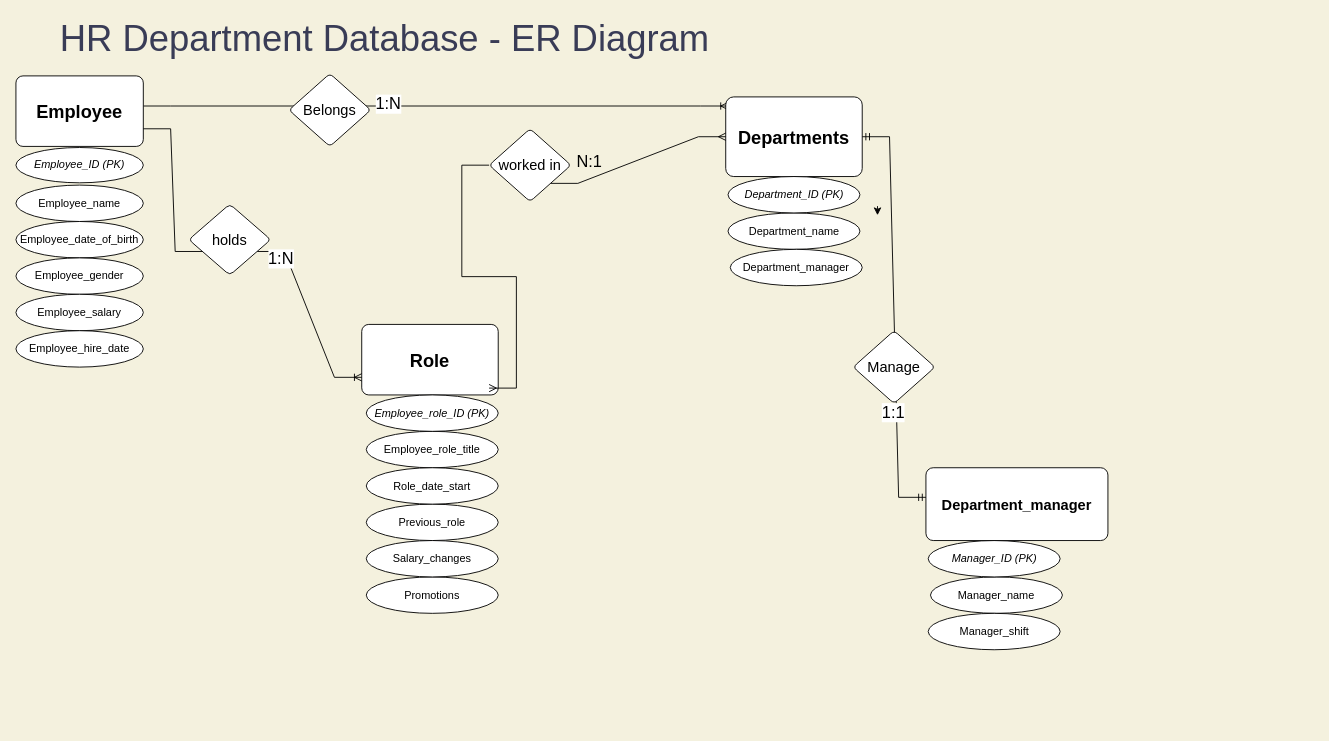
Before: RH Database Diagram.drawio in PriFlores/HR-Database, a draw.io diagram. Source tidied: cells renumbered, new cells numbered last; positions are measured from the earlier drawing's top-left corner, leaving out a move shared by most shapes. Both pictures are drawn from the tidied source at 91%, with x=0, y=0 at pixel (15, 24).
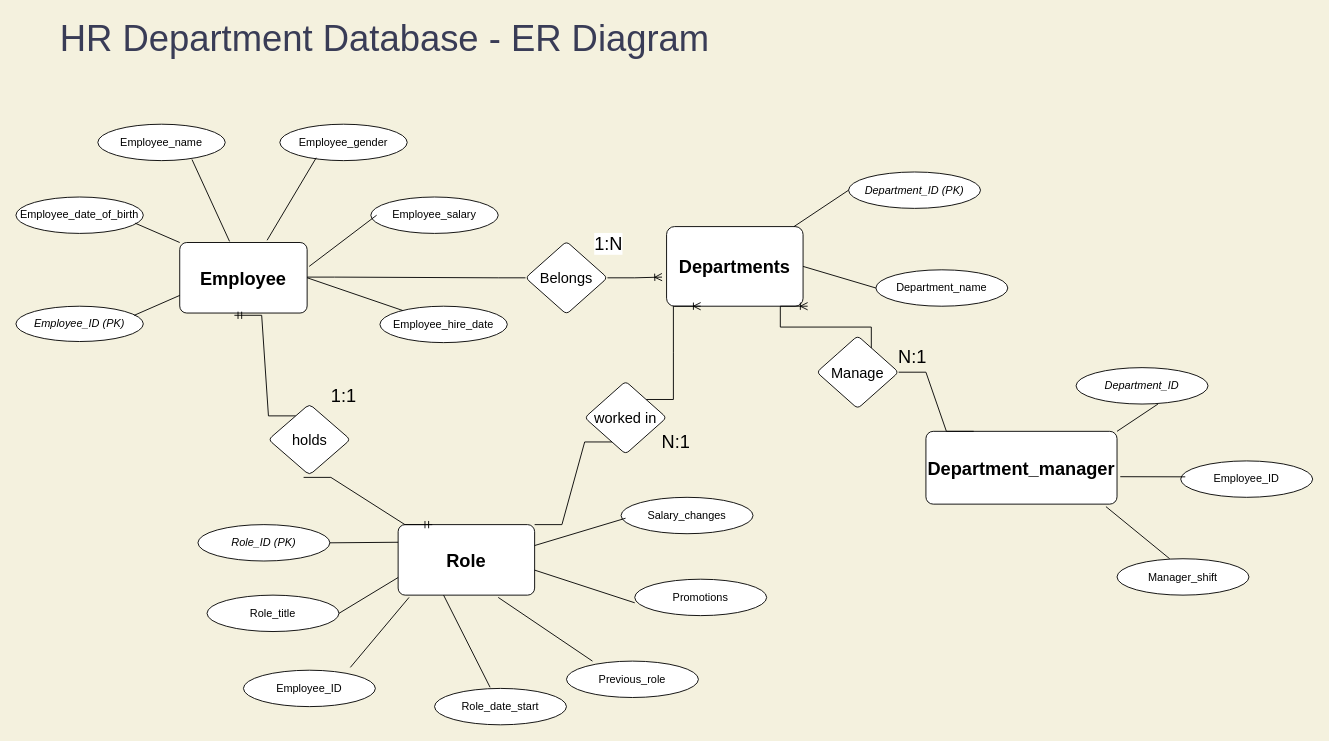
Above is the later version.

Change to the diagram source:
```diff
@@
-    <mxCell id="3" style="edgeStyle=entityRelationEdgeStyle;fontSize=12;html=1;endArrow=ERoneToMany;rounded=0;fontColor=none;exitX=1;exitY=0.427;exitDx=0;exitDy=0;exitPerimeter=0;" parent="1" edge="1" source="6">
-      <mxGeometry relative="1" as="geometry">
-        <mxPoint x="782.5" y="90" as="targetPoint" />
-      </mxGeometry>
-    </mxCell>
-    <mxCell id="4" value="1:N" style="edgeLabel;html=1;align=center;verticalAlign=middle;fontSize=18;fontColor=none;" parent="3" vertex="1">
-      <mxGeometry x="-0.07" y="2" relative="1" as="geometry">
-        <mxPoint x="-31" as="offset" />
-      </mxGeometry>
-    </mxCell>
     <mxCell id="5" style="edgeStyle=orthogonalEdgeStyle;rounded=0;orthogonalLoop=1;jettySize=auto;html=1;exitX=0.5;exitY=1;exitDx=0;exitDy=0;" parent="1" edge="1">
       <mxGeometry relative="1" as="geometry">
-        <mxPoint x="889" y="115" as="sourcePoint" />
-        <mxPoint x="889" y="115" as="targetPoint" />
+        <mxPoint x="824" y="257.5" as="sourcePoint" />
+        <mxPoint x="824" y="257.5" as="targetPoint" />
       </mxGeometry>
     </mxCell>
     <mxCell id="6" value="&lt;b&gt;&lt;font style=&quot;font-size: 20px&quot;&gt;Employee&lt;/font&gt;&lt;/b&gt;" style="rounded=1;arcSize=10;whiteSpace=wrap;html=1;align=center;" parent="1" vertex="1">
-      <mxGeometry y="56.9" width="140" height="77.5" as="geometry" />
+      <mxGeometry x="180" y="240" width="140" height="77.5" as="geometry" />
     </mxCell>
     <mxCell id="7" value="&lt;i&gt;Employee_ID (PK)&lt;/i&gt;" style="ellipse;whiteSpace=wrap;html=1;align=center;" parent="1" vertex="1">
-      <mxGeometry y="135.6" width="140" height="38.8" as="geometry" />
+      <mxGeometry y="310" width="140" height="38.8" as="geometry" />
     </mxCell>
-    <mxCell id="8" value="Employee_date_of_birth" style="ellipse;whiteSpace=wrap;html=1;align=center;" parent="1" vertex="1">
-      <mxGeometry y="216.9" width="140" height="40" as="geometry" />
+    <mxCell id="8" value="Employee_name" style="ellipse;whiteSpace=wrap;html=1;align=center;" parent="1" vertex="1">
+      <mxGeometry x="90" y="110" width="140" height="40" as="geometry" />
     </mxCell>
-    <mxCell id="9" value="Employee_name" style="ellipse;whiteSpace=wrap;html=1;align=center;" parent="1" vertex="1">
-      <mxGeometry y="176.9" width="140" height="40" as="geometry" />
+    <mxCell id="9" value="Employee_gender" style="ellipse;whiteSpace=wrap;html=1;align=center;" parent="1" vertex="1">
+      <mxGeometry x="290" y="110" width="140" height="40" as="geometry" />
     </mxCell>
-    <mxCell id="10" value="Employee_gender" style="ellipse;whiteSpace=wrap;html=1;align=center;" parent="1" vertex="1">
-      <mxGeometry y="256.9" width="140" height="40" as="geometry" />
+    <mxCell id="10" value="Employee_hire_date" style="ellipse;whiteSpace=wrap;html=1;align=center;" parent="1" vertex="1">
+      <mxGeometry x="400" y="310" width="140" height="40" as="geometry" />
     </mxCell>
-    <mxCell id="11" value="Employee_salary" style="ellipse;whiteSpace=wrap;html=1;align=center;" parent="1" vertex="1">
-      <mxGeometry y="296.9" width="140" height="40" as="geometry" />
+    <mxCell id="11" value="Employee_date_of_birth" style="ellipse;whiteSpace=wrap;html=1;align=center;" parent="1" vertex="1">
+      <mxGeometry y="190" width="140" height="40" as="geometry" />
     </mxCell>
-    <mxCell id="12" value="Employee_hire_date" style="ellipse;whiteSpace=wrap;html=1;align=center;" parent="1" vertex="1">
-      <mxGeometry y="336.9" width="140" height="40" as="geometry" />
+    <mxCell id="12" value="Employee_salary" style="ellipse;whiteSpace=wrap;html=1;align=center;" parent="1" vertex="1">
+      <mxGeometry x="390" y="190" width="140" height="40" as="geometry" />
     </mxCell>
-    <mxCell id="13" value="Employee_role_title" style="ellipse;whiteSpace=wrap;html=1;align=center;" parent="1" vertex="1">
-      <mxGeometry x="385" y="447.5" width="145" height="40" as="geometry" />
+    <mxCell id="13" value="Role_title" style="ellipse;whiteSpace=wrap;html=1;align=center;" parent="1" vertex="1">
+      <mxGeometry x="210" y="627.5" width="145" height="40" as="geometry" />
     </mxCell>
     <mxCell id="14" value="&lt;b&gt;&lt;font style=&quot;font-size: 20px&quot;&gt;Role&lt;/font&gt;&lt;/b&gt;" style="rounded=1;arcSize=10;whiteSpace=wrap;html=1;align=center;" parent="1" vertex="1">
-      <mxGeometry x="380" y="330" width="150" height="77.5" as="geometry" />
+      <mxGeometry x="420" y="550" width="150" height="77.5" as="geometry" />
     </mxCell>
-    <mxCell id="15" value="Manager_name" style="ellipse;whiteSpace=wrap;html=1;align=center;" parent="1" vertex="1">
-      <mxGeometry x="1005" y="607.5" width="145" height="40" as="geometry" />
+    <mxCell id="15" value="Employee_ID" style="ellipse;whiteSpace=wrap;html=1;align=center;" parent="1" vertex="1">
+      <mxGeometry x="1280" y="480" width="145" height="40" as="geometry" />
     </mxCell>
-    <mxCell id="16" value="&lt;i&gt;Employee_role_ID (PK)&lt;/i&gt;" style="ellipse;whiteSpace=wrap;html=1;align=center;" parent="1" vertex="1">
-      <mxGeometry x="385" y="407.5" width="145" height="40" as="geometry" />
+    <mxCell id="16" value="&lt;i&gt;Role_ID (PK)&lt;/i&gt;" style="ellipse;whiteSpace=wrap;html=1;align=center;" parent="1" vertex="1">
+      <mxGeometry x="200" y="550" width="145" height="40" as="geometry" />
     </mxCell>
-    <mxCell id="17" value="&lt;i&gt;Manager_ID (PK)&lt;/i&gt;" style="ellipse;whiteSpace=wrap;html=1;align=center;" parent="1" vertex="1">
-      <mxGeometry x="1002.5" y="567.5" width="145" height="40" as="geometry" />
+    <mxCell id="17" value="&lt;i&gt;Department_ID&lt;/i&gt;" style="ellipse;whiteSpace=wrap;html=1;align=center;" parent="1" vertex="1">
+      <mxGeometry x="1165" y="377.5" width="145" height="40" as="geometry" />
     </mxCell>
     <mxCell id="18" value="Promotions" style="ellipse;whiteSpace=wrap;html=1;align=center;" parent="1" vertex="1">
-      <mxGeometry x="385" y="607.5" width="145" height="40" as="geometry" />
+      <mxGeometry x="680" y="610" width="145" height="40" as="geometry" />
     </mxCell>
     <mxCell id="19" value="Salary_changes" style="ellipse;whiteSpace=wrap;html=1;align=center;" parent="1" vertex="1">
-      <mxGeometry x="385" y="567.5" width="145" height="40" as="geometry" />
+      <mxGeometry x="665" y="520" width="145" height="40" as="geometry" />
     </mxCell>
     <mxCell id="20" value="Previous_role" style="ellipse;whiteSpace=wrap;html=1;align=center;" parent="1" vertex="1">
-      <mxGeometry x="385" y="527.5" width="145" height="40" as="geometry" />
+      <mxGeometry x="605" y="700" width="145" height="40" as="geometry" />
     </mxCell>
     <mxCell id="21" value="Role_date_start" style="ellipse;whiteSpace=wrap;html=1;align=center;" parent="1" vertex="1">
-      <mxGeometry x="385" y="487.5" width="145" height="40" as="geometry" />
+      <mxGeometry x="460" y="730" width="145" height="40" as="geometry" />
     </mxCell>
-    <mxCell id="22" value="&lt;b&gt;&lt;font style=&quot;font-size: 16px&quot;&gt;Department_manager&lt;/font&gt;&lt;/b&gt;" style="rounded=1;arcSize=10;whiteSpace=wrap;html=1;align=center;" parent="1" vertex="1">
-      <mxGeometry x="1000" y="487.5" width="200" height="80" as="geometry" />
+    <mxCell id="22" value="&lt;b&gt;&lt;font style=&quot;font-size: 20px&quot;&gt;Department_manager&lt;/font&gt;&lt;/b&gt;" style="rounded=1;arcSize=10;whiteSpace=wrap;html=1;align=center;" parent="1" vertex="1">
+      <mxGeometry x="1000" y="447.5" width="210" height="80" as="geometry" />
     </mxCell>
     <mxCell id="23" value="Manager_shift" style="ellipse;whiteSpace=wrap;html=1;align=center;" parent="1" vertex="1">
-      <mxGeometry x="1002.5" y="647.5" width="145" height="40" as="geometry" />
+      <mxGeometry x="1210" y="587.5" width="145" height="40" as="geometry" />
     </mxCell>
     <mxCell id="24" value="&lt;b&gt;&lt;font style=&quot;font-size: 20px&quot;&gt;Departments&lt;/font&gt;&lt;/b&gt;" style="rounded=1;arcSize=10;whiteSpace=wrap;html=1;align=center;" parent="1" vertex="1">
-      <mxGeometry x="780" y="80" width="150" height="87.5" as="geometry" />
+      <mxGeometry x="715" y="222.5" width="150" height="87.5" as="geometry" />
     </mxCell>
     <mxCell id="25" value="Department_name" style="ellipse;whiteSpace=wrap;html=1;align=center;" parent="1" vertex="1">
-      <mxGeometry x="782.5" y="207.5" width="145" height="40" as="geometry" />
+      <mxGeometry x="945" y="270" width="145" height="40" as="geometry" />
     </mxCell>
     <mxCell id="26" value="&lt;i&gt;Department_ID (PK)&lt;/i&gt;" style="ellipse;whiteSpace=wrap;html=1;align=center;" parent="1" vertex="1">
-      <mxGeometry x="782.5" y="167.5" width="145" height="40" as="geometry" />
+      <mxGeometry x="915" y="162.5" width="145" height="40" as="geometry" />
     </mxCell>
-    <mxCell id="27" value="Department_manager" style="ellipse;whiteSpace=wrap;html=1;align=center;" parent="1" vertex="1">
-      <mxGeometry x="785" y="247.5" width="145" height="40" as="geometry" />
-    </mxCell>
-    <mxCell id="28" style="edgeStyle=orthogonalEdgeStyle;rounded=0;orthogonalLoop=1;jettySize=auto;html=1;exitX=0;exitY=0.5;exitDx=0;exitDy=0;entryX=0;entryY=0.75;entryDx=0;entryDy=0;" parent="1" edge="1">
-      <mxGeometry relative="1" as="geometry">
-        <mxPoint x="946.8" y="200" as="sourcePoint" />
-        <mxPoint x="946.8" y="210" as="targetPoint" />
-      </mxGeometry>
-    </mxCell>
-    <mxCell id="29" style="edgeStyle=entityRelationEdgeStyle;fontSize=12;html=1;endArrow=ERoneToMany;rounded=0;fontColor=none;entryX=0;entryY=0.75;entryDx=0;entryDy=0;exitX=1;exitY=0.75;exitDx=0;exitDy=0;startArrow=none;" parent="1" edge="1" source="35" target="14">
-      <mxGeometry relative="1" as="geometry" />
-    </mxCell>
-    <mxCell id="30" value="1:N" style="edgeLabel;html=1;align=center;verticalAlign=middle;fontSize=18;fontColor=none;" parent="29" vertex="1">
-      <mxGeometry x="-0.31" y="1" relative="1" as="geometry">
-        <mxPoint x="-21" y="-31" as="offset" />
-      </mxGeometry>
-    </mxCell>
+    <mxCell id="41" style="endArrow=none;html=1;rounded=0;exitX=0.686;exitY=-0.032;exitDx=0;exitDy=0;exitPerimeter=0;" parent="1" edge="1" source="6">
+      <mxGeometry relative="1" as="geometry">
+        <mxPoint x="330" y="146.9" as="targetPoint" />
+      </mxGeometry>
+    </mxCell>
+    <mxCell id="42" style="endArrow=none;html=1;rounded=0;exitX=1.016;exitY=0.339;exitDx=0;exitDy=0;exitPerimeter=0;" parent="1" edge="1" source="6">
+      <mxGeometry relative="1" as="geometry">
+        <mxPoint x="396.4" y="210" as="targetPoint" />
+      </mxGeometry>
+    </mxCell>
+    <mxCell id="43" style="endArrow=none;html=1;rounded=0;exitX=0.391;exitY=-0.016;exitDx=0;exitDy=0;exitPerimeter=0;entryX=0.739;entryY=0.969;entryDx=0;entryDy=0;entryPerimeter=0;" parent="1" edge="1" source="6" target="8">
+      <mxGeometry relative="1" as="geometry" />
+    </mxCell>
+    <mxCell id="44" style="endArrow=none;html=1;rounded=0;entryX=0;entryY=0.75;entryDx=0;entryDy=0;" parent="1" edge="1" target="6">
+      <mxGeometry relative="1" as="geometry">
+        <mxPoint x="130" y="320" as="sourcePoint" />
+      </mxGeometry>
+    </mxCell>
+    <mxCell id="45" style="endArrow=none;html=1;rounded=0;exitX=1;exitY=0.5;exitDx=0;exitDy=0;" parent="1" edge="1" source="6" target="10">
+      <mxGeometry relative="1" as="geometry" />
+    </mxCell>
+    <mxCell id="46" style="endArrow=none;html=1;rounded=0;exitX=0;exitY=0;exitDx=0;exitDy=0;entryX=0.936;entryY=0.719;entryDx=0;entryDy=0;entryPerimeter=0;" parent="1" edge="1" source="6" target="11">
+      <mxGeometry relative="1" as="geometry" />
+    </mxCell>
+    <mxCell id="47" style="endArrow=none;html=1;rounded=0;entryX=0;entryY=0.5;entryDx=0;entryDy=0;exitX=1;exitY=0.5;exitDx=0;exitDy=0;" parent="1" edge="1" source="24" target="25">
+      <mxGeometry relative="1" as="geometry" />
+    </mxCell>
+    <mxCell id="48" style="endArrow=none;html=1;rounded=0;exitX=1;exitY=0.5;exitDx=0;exitDy=0;entryX=0;entryY=0.25;entryDx=0;entryDy=0;" parent="1" edge="1" source="16" target="14">
+      <mxGeometry relative="1" as="geometry" />
+    </mxCell>
+    <mxCell id="49" style="endArrow=none;html=1;rounded=0;exitX=1;exitY=0.5;exitDx=0;exitDy=0;entryX=0;entryY=0.75;entryDx=0;entryDy=0;" parent="1" edge="1" source="13" target="14">
+      <mxGeometry relative="1" as="geometry" />
+    </mxCell>
+    <mxCell id="50" style="endArrow=none;html=1;rounded=0;exitX=0.421;exitY=-0.031;exitDx=0;exitDy=0;entryX=0.333;entryY=1;entryDx=0;entryDy=0;entryPerimeter=0;exitPerimeter=0;" parent="1" edge="1" source="21" target="14">
+      <mxGeometry relative="1" as="geometry" />
+    </mxCell>
+    <mxCell id="51" style="endArrow=none;html=1;rounded=0;entryX=0.197;entryY=0;entryDx=0;entryDy=0;entryPerimeter=0;" parent="1" edge="1" target="20">
+      <mxGeometry relative="1" as="geometry">
+        <mxPoint x="530" y="630" as="sourcePoint" />
+      </mxGeometry>
+    </mxCell>
+    <mxCell id="52" style="endArrow=none;html=1;rounded=0;" parent="1" edge="1">
+      <mxGeometry relative="1" as="geometry">
+        <mxPoint x="570" y="600" as="sourcePoint" />
+        <mxPoint x="680" y="635.9" as="targetPoint" />
+      </mxGeometry>
+    </mxCell>
+    <mxCell id="53" style="endArrow=none;html=1;rounded=0;entryX=0.034;entryY=0.575;entryDx=0;entryDy=0;entryPerimeter=0;" parent="1" edge="1" target="19">
+      <mxGeometry relative="1" as="geometry">
+        <mxPoint x="570" y="573" as="sourcePoint" />
+      </mxGeometry>
+    </mxCell>
+    <mxCell id="54" style="endArrow=none;html=1;rounded=0;entryX=0;entryY=0.5;entryDx=0;entryDy=0;" parent="1" edge="1" target="26">
+      <mxGeometry relative="1" as="geometry">
+        <mxPoint x="855" y="222.5" as="sourcePoint" />
+      </mxGeometry>
+    </mxCell>
+    <mxCell id="55" style="endArrow=none;html=1;rounded=0;exitX=0.942;exitY=1.034;exitDx=0;exitDy=0;exitPerimeter=0;entryX=0.399;entryY=0;entryDx=0;entryDy=0;entryPerimeter=0;" parent="1" edge="1" source="22" target="23">
+      <mxGeometry relative="1" as="geometry" />
+    </mxCell>
+    <mxCell id="56" style="endArrow=none;html=1;rounded=0;entryX=1;entryY=0;entryDx=0;entryDy=0;" parent="1" edge="1" target="22">
+      <mxGeometry relative="1" as="geometry">
+        <mxPoint x="1255" y="417.5" as="sourcePoint" />
+      </mxGeometry>
+    </mxCell>
+    <mxCell id="57" style="endArrow=none;html=1;rounded=0;exitX=1.017;exitY=0.623;exitDx=0;exitDy=0;exitPerimeter=0;" parent="1" edge="1" source="22">
+      <mxGeometry relative="1" as="geometry">
+        <mxPoint x="1285" y="497.5" as="targetPoint" />
+      </mxGeometry>
+    </mxCell>
+    <mxCell id="58" style="edgeStyle=entityRelationEdgeStyle;fontSize=12;html=1;endArrow=ERoneToMany;rounded=0;startArrow=none;" parent="1" edge="1" source="40">
+      <mxGeometry relative="1" as="geometry">
+        <mxPoint x="710" y="278" as="targetPoint" />
+      </mxGeometry>
+    </mxCell>
+    <mxCell id="59" value="1:N" style="edgeLabel;html=1;align=center;verticalAlign=middle;fontSize=20;" parent="58" vertex="1">
+      <mxGeometry x="0.09" relative="1" as="geometry">
+        <mxPoint x="-32" y="-38" as="offset" />
+      </mxGeometry>
+    </mxCell>
+    <mxCell id="60" style="edgeStyle=entityRelationEdgeStyle;fontSize=12;html=1;endArrow=ERmandOne;startArrow=none;rounded=0;entryX=0.429;entryY=1.032;entryDx=0;entryDy=0;entryPerimeter=0;exitX=0.25;exitY=0;exitDx=0;exitDy=0;" parent="1" edge="1" source="35" target="6">
+      <mxGeometry relative="1" as="geometry" />
+    </mxCell>
+    <mxCell id="35" value="&lt;font style=&quot;font-size: 16px&quot;&gt;holds&lt;/font&gt;" style="rhombus;whiteSpace=wrap;html=1;rounded=1;arcSize=10;" parent="1" vertex="1">
+      <mxGeometry x="277.5" y="417.5" width="90" height="78.1" as="geometry" />
+    </mxCell>
+    <mxCell id="61" style="edgeStyle=entityRelationEdgeStyle;fontSize=12;html=1;endArrow=none;startArrow=ERmandOne;rounded=0;entryX=0.429;entryY=1.032;entryDx=0;entryDy=0;entryPerimeter=0;exitX=0.25;exitY=0;exitDx=0;exitDy=0;" parent="1" edge="1" source="14" target="35">
+      <mxGeometry relative="1" as="geometry" />
+    </mxCell>
+    <mxCell id="40" value="&lt;font style=&quot;font-size: 16px&quot;&gt;Belongs&lt;/font&gt;" style="rhombus;whiteSpace=wrap;html=1;rounded=1;arcSize=10;" parent="1" vertex="1">
+      <mxGeometry x="560" y="238.8" width="90" height="80" as="geometry" />
+    </mxCell>
+    <mxCell id="62" style="edgeStyle=entityRelationEdgeStyle;fontSize=12;html=1;endArrow=none;rounded=0;" parent="1" edge="1" target="40">
+      <mxGeometry relative="1" as="geometry">
+        <mxPoint x="320" y="278" as="sourcePoint" />
+      </mxGeometry>
+    </mxCell>
+    <mxCell id="38" value="1:1" style="text;html=1;align=center;verticalAlign=middle;strokeColor=none;fillColor=none;fontSize=20;" parent="1" vertex="1">
+      <mxGeometry x="340" y="392.5" width="40" height="30" as="geometry" />
+    </mxCell>
-    <mxCell id="31" style="edgeStyle=entityRelationEdgeStyle;fontSize=12;html=1;endArrow=ERmany;startArrow=none;rounded=0;fontColor=none;exitX=1;exitY=1;exitDx=0;exitDy=0;" parent="1" edge="1" source="32" target="24">
+    <mxCell id="31" style="edgeStyle=entityRelationEdgeStyle;fontSize=12;html=1;endArrow=ERoneToMany;rounded=0;exitX=1;exitY=0;exitDx=0;exitDy=0;entryX=0.25;entryY=1;entryDx=0;entryDy=0;startArrow=none;" parent="1" edge="1" source="32" target="24">
       <mxGeometry relative="1" as="geometry" />
     </mxCell>
     <mxCell id="32" value="&lt;font style=&quot;font-size: 16px&quot;&gt;worked in&lt;/font&gt;" style="rhombus;whiteSpace=wrap;html=1;rounded=1;arcSize=10;" parent="1" vertex="1">
-      <mxGeometry x="520" y="115" width="90" height="80" as="geometry" />
+      <mxGeometry x="625" y="392.5" width="90" height="80" as="geometry" />
     </mxCell>
-    <mxCell id="33" style="edgeStyle=entityRelationEdgeStyle;fontSize=12;html=1;endArrow=none;startArrow=ERmany;rounded=0;fontColor=none;exitX=0.933;exitY=0.903;exitDx=0;exitDy=0;exitPerimeter=0;" parent="1" edge="1" source="14" target="32">
+    <mxCell id="33" style="edgeStyle=entityRelationEdgeStyle;fontSize=12;html=1;endArrow=none;rounded=0;exitX=1;exitY=0;exitDx=0;exitDy=0;entryX=0.25;entryY=1;entryDx=0;entryDy=0;" parent="1" edge="1" source="14" target="32">
       <mxGeometry relative="1" as="geometry" />
     </mxCell>
-    <mxCell id="34" value="N:1" style="text;html=1;align=center;verticalAlign=middle;strokeColor=none;fillColor=none;fontSize=18;fontColor=none;" parent="1" vertex="1">
-      <mxGeometry x="610" y="135.6" width="40" height="30" as="geometry" />
-    </mxCell>
-    <mxCell id="35" value="&lt;font style=&quot;font-size: 16px&quot;&gt;holds&lt;/font&gt;" style="rhombus;whiteSpace=wrap;html=1;rounded=1;arcSize=10;" parent="1" vertex="1">
-      <mxGeometry x="190" y="197.8" width="90" height="78.1" as="geometry" />
-    </mxCell>
-    <mxCell id="36" style="edgeStyle=entityRelationEdgeStyle;fontSize=12;html=1;endArrow=none;rounded=0;fontColor=none;entryX=0;entryY=0.75;entryDx=0;entryDy=0;exitX=1;exitY=0.75;exitDx=0;exitDy=0;" parent="1" edge="1" source="6" target="35">
-      <mxGeometry relative="1" as="geometry" />
-    </mxCell>
-    <mxCell id="37" style="edgeStyle=entityRelationEdgeStyle;fontSize=12;html=1;endArrow=ERmandOne;startArrow=ERmandOne;rounded=0;fontColor=none;exitX=1;exitY=0.5;exitDx=0;exitDy=0;" parent="1" edge="1" source="24">
-      <mxGeometry relative="1" as="geometry">
-        <mxPoint x="1000" y="520" as="targetPoint" />
-      </mxGeometry>
-    </mxCell>
-    <mxCell id="38" value="1:1" style="edgeLabel;html=1;align=center;verticalAlign=middle;fontSize=18;fontColor=none;" parent="37" vertex="1">
-      <mxGeometry x="0.43" y="-2" relative="1" as="geometry">
-        <mxPoint x="-2" y="7" as="offset" />
-      </mxGeometry>
-    </mxCell>
+    <mxCell id="63" value="N:1" style="text;html=1;align=center;verticalAlign=middle;strokeColor=none;fillColor=none;fontSize=20;" parent="1" vertex="1">
+      <mxGeometry x="700" y="442.5" width="50" height="30" as="geometry" />
+    </mxCell>
+    <mxCell id="64" style="edgeStyle=entityRelationEdgeStyle;fontSize=12;html=1;endArrow=ERoneToMany;rounded=0;exitX=0.25;exitY=0;exitDx=0;exitDy=0;startArrow=none;" parent="1" edge="1" source="39">
+      <mxGeometry relative="1" as="geometry">
+        <mxPoint x="870" y="310" as="targetPoint" />
+      </mxGeometry>
+    </mxCell>
     <mxCell id="39" value="&lt;font style=&quot;font-size: 16px&quot;&gt;Manage&lt;/font&gt;" style="rhombus;whiteSpace=wrap;html=1;rounded=1;arcSize=10;" parent="1" vertex="1">
-      <mxGeometry x="920" y="336.9" width="90" height="80" as="geometry" />
+      <mxGeometry x="880" y="342.5" width="90" height="80" as="geometry" />
     </mxCell>
-    <mxCell id="40" value="&lt;font style=&quot;font-size: 16px&quot;&gt;Belongs&lt;/font&gt;" style="rhombus;whiteSpace=wrap;html=1;rounded=1;arcSize=10;" parent="1" vertex="1">
-      <mxGeometry x="300" y="54.4" width="90" height="80" as="geometry" />
-    </mxCell>
+    <mxCell id="65" style="edgeStyle=entityRelationEdgeStyle;fontSize=12;html=1;endArrow=none;rounded=0;exitX=0.25;exitY=0;exitDx=0;exitDy=0;" parent="1" edge="1" source="22" target="39">
+      <mxGeometry relative="1" as="geometry" />
+    </mxCell>
+    <mxCell id="66" value="N:1" style="text;html=1;align=center;verticalAlign=middle;strokeColor=none;fillColor=none;fontSize=20;" parent="1" vertex="1">
+      <mxGeometry x="960" y="350" width="50" height="30" as="geometry" />
+    </mxCell>
+    <mxCell id="67" value="Employee_ID" style="ellipse;whiteSpace=wrap;html=1;align=center;" parent="1" vertex="1">
+      <mxGeometry x="250" y="710" width="145" height="40" as="geometry" />
+    </mxCell>
+    <mxCell id="68" style="endArrow=none;html=1;rounded=0;exitX=1;exitY=0.5;exitDx=0;exitDy=0;" parent="1" edge="1">
+      <mxGeometry relative="1" as="geometry">
+        <mxPoint x="367.5" y="706.9" as="sourcePoint" />
+        <mxPoint x="432" y="630" as="targetPoint" />
+      </mxGeometry>
+    </mxCell>
```
